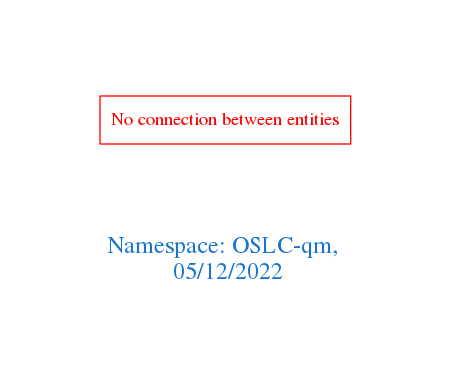
The Graphviz diagram downloads/OSLC-qm.png in arago/OGIT, before a commit. Its source is kept beside it as downloads/OSLC-qm.dot.
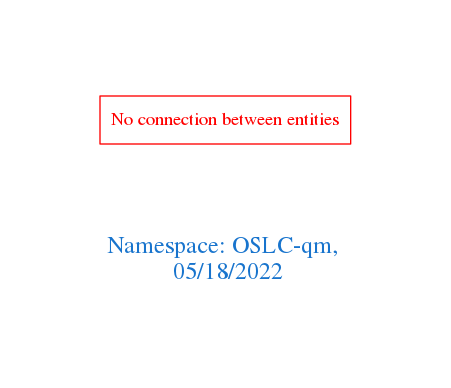
The same file after the commit.

What changed in the source:
```diff
@@ -1,7 +1,7 @@
 digraph OGIT_ontology {
  graph [ rankdir= LR,pad=1
 fontsize = 18,
-fontcolor= dodgerblue3,label = "\n\n\nNamespace: OSLC-qm, \n 05/12/2022"];
+fontcolor= dodgerblue3,label = "\n\n\nNamespace: OSLC-qm, \n 05/18/2022"];
 node[shape=polygon];
 edge [  color="gray81"];
 
```
